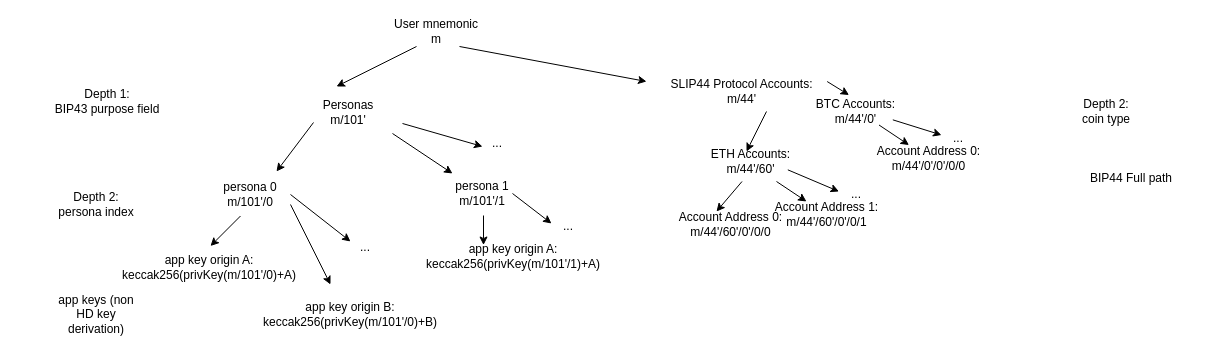
Earlier version of the draw.io diagram HDtree.drawio (Bunjin/metamask-research). Source tidied: cells renumbered, new cells numbered last; positions are measured from the earlier drawing's top-left corner, leaving out a move shared by most shapes. Both pictures are drawn from the tidied source at 100%, with x=0, y=0 at pixel (17, 21).
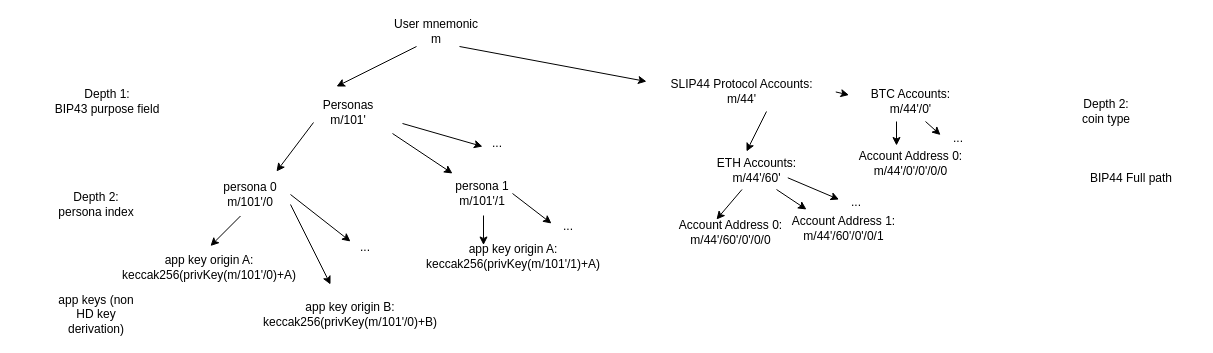
The same page after the edit.

The change refers to these unchanged cells:
```xml
<mxCell id="25" value="SLIP44 Protocol Accounts:&lt;br&gt;m/44'" style="text;html=1;strokeColor=none;fillColor=none;align=center;verticalAlign=middle;whiteSpace=wrap;rounded=0;" parent="1" vertex="1">
  <mxGeometry x="640" y="60" width="169" height="20" as="geometry" />
</mxCell>
```

Change to the diagram source:
```diff
@@
     <mxCell id="27" value="ETH Accounts:&lt;br&gt;m/44'/60'" style="text;html=1;strokeColor=none;fillColor=none;align=center;verticalAlign=middle;whiteSpace=wrap;rounded=0;" parent="1" vertex="1">
-      <mxGeometry x="649" y="130" width="169" height="20" as="geometry" />
+      <mxGeometry x="654.5" y="138.5" width="169" height="20" as="geometry" />
     </mxCell>
     <mxCell id="28" style="endArrow=classic;html=1;" parent="1" edge="1">
       <mxGeometry relative="1" as="geometry">
-        <mxPoint x="724.5" y="160" as="sourcePoint" />
-        <mxPoint x="699" y="190" as="targetPoint" />
+        <mxPoint x="724.5" y="168" as="sourcePoint" />
+        <mxPoint x="699" y="198" as="targetPoint" />
       </mxGeometry>
     </mxCell>
     <mxCell id="29" value="Account Address 0:&lt;br&gt;m/44'/60'/0'/0/0" style="text;html=1;strokeColor=none;fillColor=none;align=center;verticalAlign=middle;whiteSpace=wrap;rounded=0;" parent="1" vertex="1">
-      <mxGeometry x="629" y="193" width="169" height="20" as="geometry" />
+      <mxGeometry x="629" y="201" width="169" height="20" as="geometry" />
     </mxCell>
     <mxCell id="30" style="endArrow=classic;html=1;" parent="1" edge="1">
       <mxGeometry relative="1" as="geometry">
-        <mxPoint x="759" y="160" as="sourcePoint" />
-        <mxPoint x="789" y="180" as="targetPoint" />
+        <mxPoint x="759" y="168" as="sourcePoint" />
+        <mxPoint x="789" y="188" as="targetPoint" />
       </mxGeometry>
     </mxCell>
     <mxCell id="31" value="Account Address 1:&lt;br&gt;m/44'/60'/0'/0/1" style="text;html=1;strokeColor=none;fillColor=none;align=center;verticalAlign=middle;whiteSpace=wrap;rounded=0;" parent="1" vertex="1">
-      <mxGeometry x="724.5" y="183" width="169" height="20" as="geometry" />
+      <mxGeometry x="741.5" y="197" width="169" height="20" as="geometry" />
     </mxCell>
-    <mxCell id="32" style="endArrow=classic;html=1;exitX=0.718;exitY=0.917;exitDx=0;exitDy=0;exitPerimeter=0;" parent="1" edge="1" source="27">
+    <mxCell id="32" style="endArrow=classic;html=1;exitX=0.718;exitY=0.917;exitDx=0;exitDy=0;exitPerimeter=0;" parent="1" edge="1">
       <mxGeometry relative="1" as="geometry">
-        <mxPoint x="821.5" y="170" as="targetPoint" />
+        <mxPoint x="770.3" y="156.3" as="sourcePoint" />
+        <mxPoint x="821.5" y="178" as="targetPoint" />
       </mxGeometry>
     </mxCell>
     <mxCell id="33" value="..." style="text;html=1;strokeColor=none;fillColor=none;align=center;verticalAlign=middle;whiteSpace=wrap;rounded=0;" parent="1" vertex="1">
-      <mxGeometry x="823.5" y="163" width="30" height="20" as="geometry" />
+      <mxGeometry x="823.5" y="171" width="30" height="20" as="geometry" />
     </mxCell>
-    <mxCell id="34" style="endArrow=classic;html=1;exitX=1.004;exitY=0.002;exitDx=0;exitDy=0;exitPerimeter=0;" parent="1" edge="1" source="25">
+    <mxCell id="34" style="endArrow=classic;html=1;exitX=0.055;exitY=0.023;exitDx=0;exitDy=0;exitPerimeter=0;" parent="1" edge="1" source="35">
       <mxGeometry relative="1" as="geometry">
         <mxPoint x="831.5" y="73.5" as="targetPoint" />
       </mxGeometry>
     </mxCell>
     <mxCell id="35" value="BTC Accounts:&lt;br&gt;m/44'/0'" style="text;html=1;strokeColor=none;fillColor=none;align=center;verticalAlign=middle;whiteSpace=wrap;rounded=0;" parent="1" vertex="1">
-      <mxGeometry x="754" y="80" width="169" height="20" as="geometry" />
+      <mxGeometry x="809" y="70" width="169" height="20" as="geometry" />
     </mxCell>
     <mxCell id="36" style="endArrow=classic;html=1;" parent="1" edge="1">
       <mxGeometry relative="1" as="geometry">
-        <mxPoint x="861.5" y="103.5" as="sourcePoint" />
-        <mxPoint x="891.5" y="123.5" as="targetPoint" />
+        <mxPoint x="879" y="100" as="sourcePoint" />
+        <mxPoint x="879" y="124" as="targetPoint" />
       </mxGeometry>
     </mxCell>
     <mxCell id="37" value="Account Address 0:&lt;br&gt;m/44'/0'/0'/0/0" style="text;html=1;strokeColor=none;fillColor=none;align=center;verticalAlign=middle;whiteSpace=wrap;rounded=0;" parent="1" vertex="1">
-      <mxGeometry x="827" y="126.5" width="169" height="20" as="geometry" />
+      <mxGeometry x="809" y="132" width="169" height="20" as="geometry" />
     </mxCell>
-    <mxCell id="38" style="endArrow=classic;html=1;exitX=0.718;exitY=0.917;exitDx=0;exitDy=0;exitPerimeter=0;" parent="1" edge="1" source="35">
+    <mxCell id="38" style="endArrow=classic;html=1;" parent="1" edge="1">
       <mxGeometry relative="1" as="geometry">
-        <mxPoint x="924" y="113.5" as="targetPoint" />
+        <mxPoint x="908" y="100" as="sourcePoint" />
+        <mxPoint x="923" y="113.5" as="targetPoint" />
       </mxGeometry>
     </mxCell>
```
